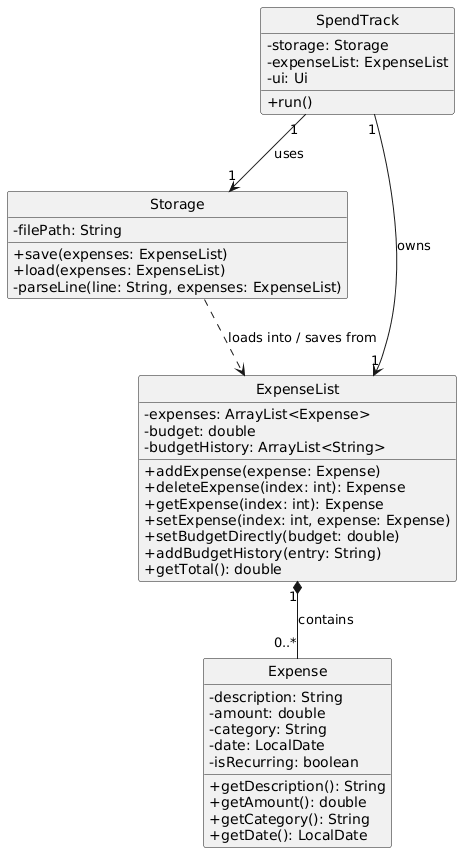
AbhijitBalajee/tp keeps this PlantUML diagram as docs/images/StorageClassDiagram.png. Above is the earlier version.
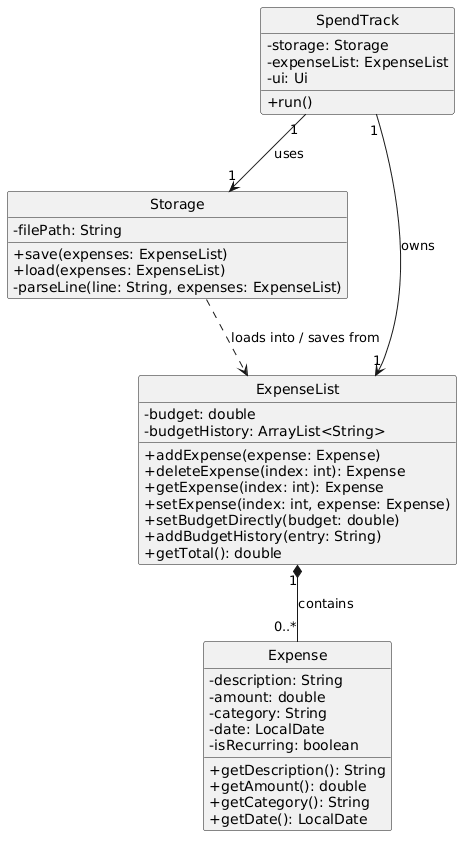
Above is the later version.

Commit message:
fix: correct UML diagram errors in DG (issues #146, #153, #154, #157)

The edit, as a diff of the source:
```diff
@@ -19,7 +19,6 @@
 }
 
 class ExpenseList {
-    - expenses: ArrayList<Expense>
     - budget: double
     - budgetHistory: ArrayList<String>
     + addExpense(expense: Expense)
```
